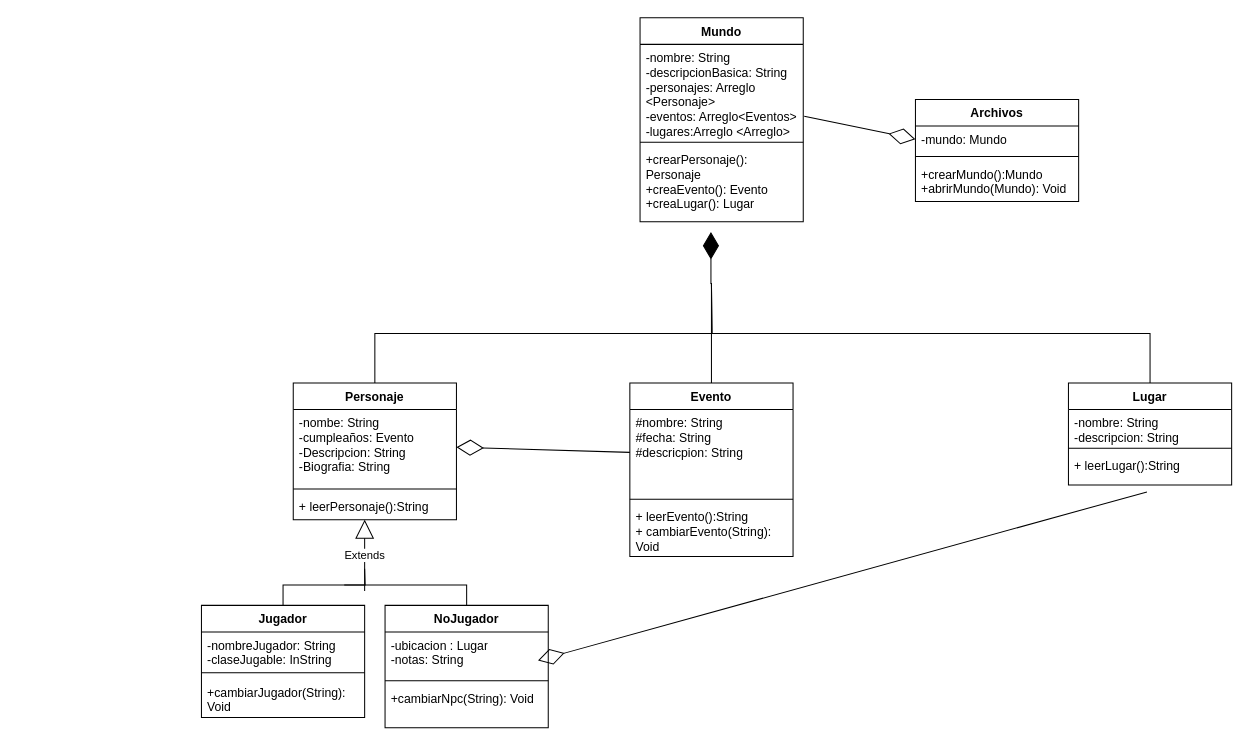
Above: Diagrama sin título.drawio in Jh700wolf/Worldbuilding-tool (draw.io), before the change. Source tidied: cells renumbered, new cells numbered last; positions are measured from the earlier drawing's top-left corner, leaving out a move shared by most shapes. Both pictures are drawn from the tidied source at 102%, with x=0, y=0 at pixel (201, 17).
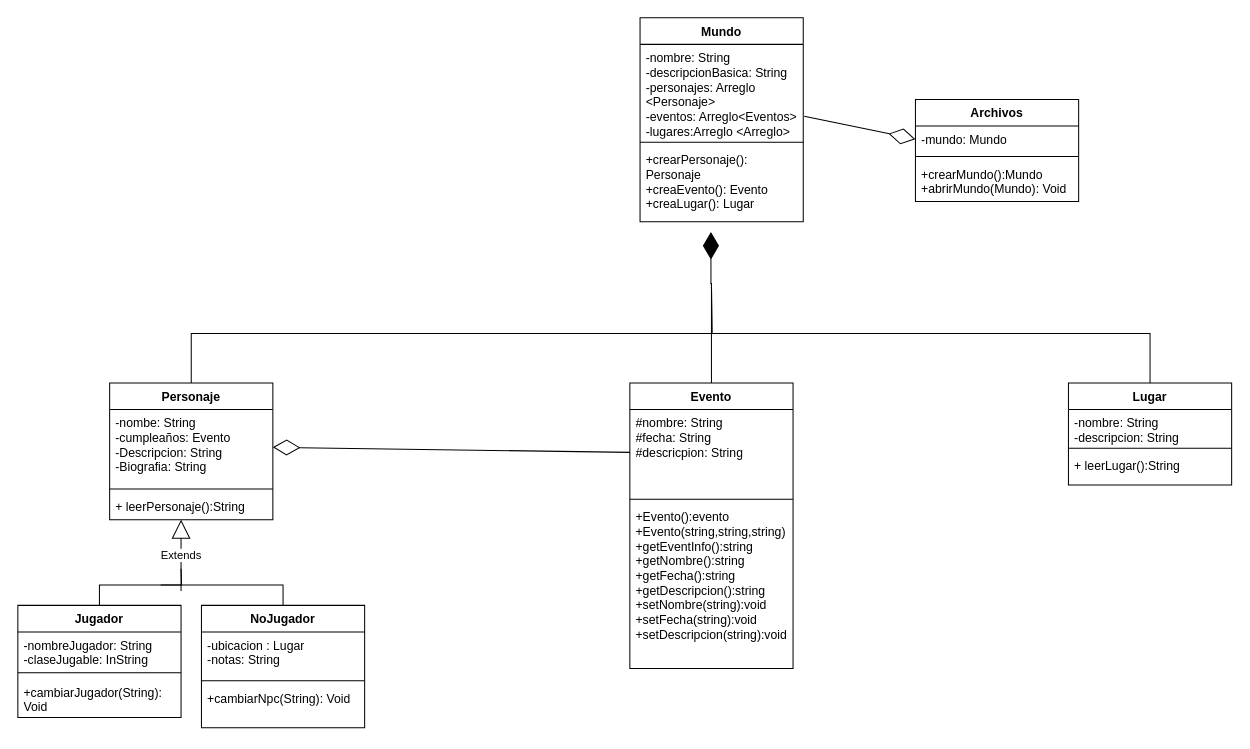
The same page after the edit.

The change refers to these unchanged cells:
```xml
<mxCell id="20" value="+ leerLugar():String" style="text;strokeColor=none;fillColor=none;align=left;verticalAlign=top;spacingLeft=4;spacingRight=4;overflow=hidden;points=[[0,0.5],[1,0.5]];portConstraint=eastwest;whiteSpace=wrap;html=1;" parent="17" vertex="1">
  <mxGeometry y="68" width="160" height="32" as="geometry" />
</mxCell>
```

The edit, as a diff of the source:
```diff
@@
     <mxCell id="7" value="Personaje" style="swimlane;fontStyle=1;align=center;verticalAlign=top;horizontal=1;startSize=26;whiteSpace=wrap;html=1;" parent="1" vertex="1">
-      <mxGeometry x="90" y="358" width="160" height="134" as="geometry" />
+      <mxGeometry x="-90" y="358" width="160" height="134" as="geometry" />
     </mxCell>
@@
     <mxCell id="12" value="Evento" style="swimlane;fontStyle=1;align=center;verticalAlign=top;horizontal=1;startSize=26;whiteSpace=wrap;html=1;" parent="1" vertex="1">
-      <mxGeometry x="420" y="358" width="160" height="170" as="geometry" />
+      <mxGeometry x="420" y="358" width="160" height="280" as="geometry" />
     </mxCell>
@@
-    <mxCell id="15" value="+ leerEvento():String&lt;br&gt;+ cambiarEvento(String): Void" style="text;strokeColor=none;fillColor=none;align=left;verticalAlign=top;spacingLeft=4;spacingRight=4;overflow=hidden;whiteSpace=wrap;html=1;" parent="12" vertex="1">
-      <mxGeometry y="118" width="160" height="52" as="geometry" />
+    <mxCell id="15" value="+Evento():evento&lt;br&gt;+Evento(string,string,string)&lt;br&gt;+getEventInfo():string&lt;br&gt;+getNombre():string&lt;br&gt;+getFecha():string&lt;br&gt;+getDescripcion():string&lt;br&gt;+setNombre(string):void&lt;br&gt;+setFecha(string):void&lt;br&gt;+setDescripcion(string):void" style="text;strokeColor=none;fillColor=none;align=left;verticalAlign=top;spacingLeft=4;spacingRight=4;overflow=hidden;whiteSpace=wrap;html=1;" parent="12" vertex="1">
+      <mxGeometry y="118" width="160" height="162" as="geometry" />
     </mxCell>
@@
     <mxCell id="28" style="edgeStyle=orthogonalEdgeStyle;rounded=0;orthogonalLoop=1;jettySize=auto;html=1;endArrow=none;endFill=0;" parent="1" edge="1">
       <mxGeometry relative="1" as="geometry">
-        <mxPoint x="260" y="576" as="sourcePoint" />
-        <mxPoint x="140" y="556" as="targetPoint" />
+        <mxPoint x="80" y="576" as="sourcePoint" />
+        <mxPoint x="-40" y="556" as="targetPoint" />
         <Array as="points">
-          <mxPoint x="260" y="556" />
+          <mxPoint x="80" y="556" />
         </Array>
       </mxGeometry>
     </mxCell>
     <mxCell id="29" value="Extends" style="endArrow=block;endSize=16;endFill=0;html=1;rounded=0;" parent="1" edge="1">
       <mxGeometry relative="1" as="geometry">
-        <mxPoint x="160" y="562" as="sourcePoint" />
-        <mxPoint x="160" y="492" as="targetPoint" />
+        <mxPoint x="-20" y="562" as="sourcePoint" />
+        <mxPoint x="-20" y="492" as="targetPoint" />
       </mxGeometry>
     </mxCell>
-    <mxCell id="30" style="endArrow=diamondThin;endFill=0;endSize=24;html=1;rounded=0;entryX=1;entryY=0.5;entryDx=0;entryDy=0;exitX=0.481;exitY=1.211;exitDx=0;exitDy=0;exitPerimeter=0;" parent="1" edge="1" source="20">
-      <mxGeometry relative="1" as="geometry">
-        <mxPoint x="330" y="630" as="targetPoint" />
-      </mxGeometry>
-    </mxCell>
     <mxCell id="31" style="edgeStyle=orthogonalEdgeStyle;rounded=0;jettySize=auto;html=1;exitX=0.5;exitY=0;exitDx=0;exitDy=0;endArrow=none;endFill=0;" parent="1" edge="1" source="32">
       <mxGeometry relative="1" as="geometry">
-        <mxPoint x="160" y="540" as="targetPoint" />
+        <mxPoint x="-20" y="540" as="targetPoint" />
       </mxGeometry>
     </mxCell>
     <mxCell id="32" value="Jugador" style="swimlane;fontStyle=1;align=center;verticalAlign=top;horizontal=1;startSize=26;whiteSpace=wrap;html=1;" parent="1" vertex="1">
-      <mxGeometry y="576" width="160" height="110" as="geometry" />
+      <mxGeometry x="-180" y="576" width="160" height="110" as="geometry" />
     </mxCell>
@@
     <mxCell id="36" value="NoJugador" style="swimlane;fontStyle=1;align=center;verticalAlign=top;horizontal=1;startSize=26;whiteSpace=wrap;html=1;" parent="1" vertex="1">
-      <mxGeometry x="180" y="576" width="160" height="120" as="geometry" />
+      <mxGeometry y="576" width="160" height="120" as="geometry" />
     </mxCell>
```
